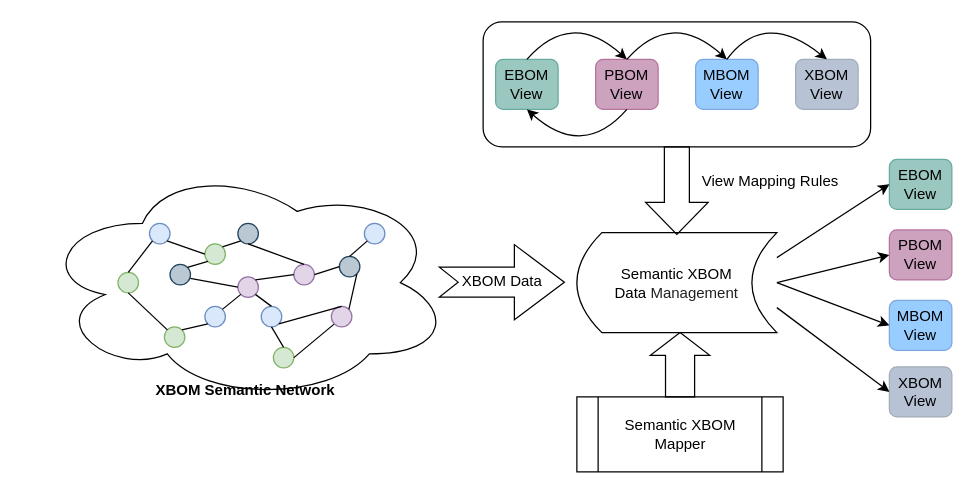
Earlier version of the draw.io diagram page "Page-3" (3 of 4) of BOM/多视图BOM管理模型.drawio (littlelittlemoon/DiagramsRepository). Source tidied: cells renumbered, new cells numbered last; positions are measured from the earlier drawing's top-left corner, leaving out a move shared by most shapes. Both pictures are drawn from the tidied source at 125%, with x=0, y=0 at pixel (39, 9).
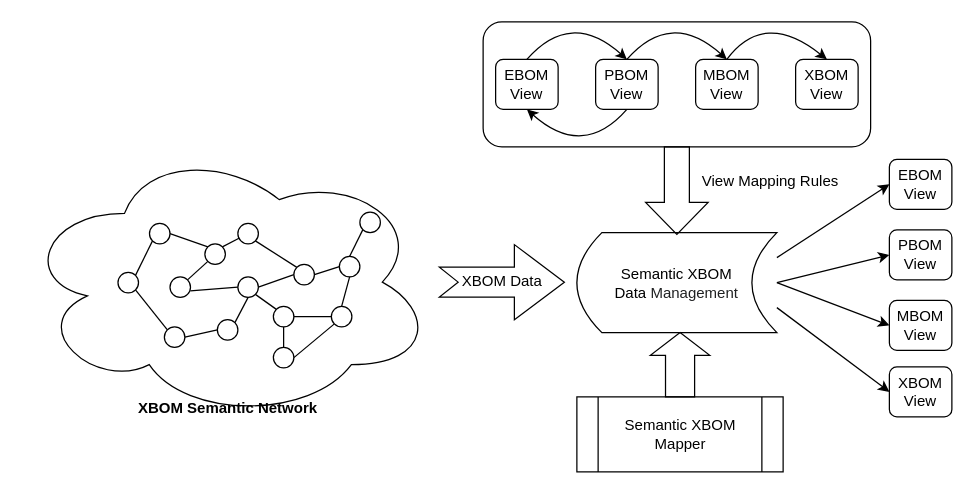
After the change.

Diff of the diagram source:
```diff
@@
     <mxCell id="2" value="XBOM Semantic Network" style="ellipse;shape=cloud;whiteSpace=wrap;html=1;fontSize=12;strokeColor=#000000;fillColor=none;verticalAlign=bottom;fontStyle=1;" parent="1" vertex="1">
-      <mxGeometry y="123.6" width="330" height="190" as="geometry" />
+      <mxGeometry x="-14.4" y="108.2" width="330" height="220" as="geometry" />
     </mxCell>
-    <mxCell id="3" style="ellipse;whiteSpace=wrap;html=1;fillColor=#d5e8d4;strokeColor=#82b366;" parent="1" vertex="1">
+    <mxCell id="3" style="ellipse;whiteSpace=wrap;html=1;fillColor=default;strokeColor=#000000;" parent="1" vertex="1">
       <mxGeometry x="62.9" y="210.4" width="16.4" height="16.4" as="geometry" />
     </mxCell>
-    <mxCell id="4" style="ellipse;whiteSpace=wrap;html=1;fillColor=#dae8fc;strokeColor=#6c8ebf;" parent="1" vertex="1">
+    <mxCell id="4" style="ellipse;whiteSpace=wrap;html=1;fillColor=default;strokeColor=#000000;" parent="1" vertex="1">
       <mxGeometry x="88.1" y="171.2" width="16.4" height="16.4" as="geometry" />
     </mxCell>
-    <mxCell id="5" style="ellipse;whiteSpace=wrap;html=1;fillColor=#d5e8d4;strokeColor=#82b366;" parent="1" vertex="1">
+    <mxCell id="5" style="ellipse;whiteSpace=wrap;html=1;fillColor=default;strokeColor=#000000;" parent="1" vertex="1">
       <mxGeometry x="132.4" y="187.6" width="16.4" height="16.4" as="geometry" />
     </mxCell>
-    <mxCell id="6" style="ellipse;whiteSpace=wrap;html=1;fillColor=#bac8d3;strokeColor=#23445d;" parent="1" vertex="1">
-      <mxGeometry x="104.5" y="204" width="16.4" height="16.4" as="geometry" />
+    <mxCell id="6" style="ellipse;whiteSpace=wrap;html=1;fillColor=default;strokeColor=#000000;" parent="1" vertex="1">
+      <mxGeometry x="104.5" y="214" width="16.4" height="16.4" as="geometry" />
     </mxCell>
-    <mxCell id="7" style="ellipse;whiteSpace=wrap;html=1;fillColor=#d5e8d4;strokeColor=#82b366;" parent="1" vertex="1">
+    <mxCell id="7" style="ellipse;whiteSpace=wrap;html=1;fillColor=default;strokeColor=#000000;" parent="1" vertex="1">
       <mxGeometry x="100" y="254" width="16.4" height="16.4" as="geometry" />
     </mxCell>
-    <mxCell id="8" style="endArrow=none;html=1;rounded=0;entryX=0;entryY=1;entryDx=0;entryDy=0;exitX=0.5;exitY=0;exitDx=0;exitDy=0;" parent="1" edge="1" source="3" target="4">
+    <mxCell id="8" style="endArrow=none;html=1;rounded=0;entryX=0;entryY=1;entryDx=0;entryDy=0;exitX=1;exitY=0;exitDx=0;exitDy=0;" parent="1" edge="1" source="3" target="4">
       <mxGeometry relative="1" as="geometry" />
     </mxCell>
-    <mxCell id="9" style="endArrow=none;html=1;rounded=0;exitX=0;exitY=0.5;exitDx=0;exitDy=0;entryX=1;entryY=1;entryDx=0;entryDy=0;" parent="1" edge="1" source="5" target="4">
+    <mxCell id="9" style="endArrow=none;html=1;rounded=0;exitX=0;exitY=0;exitDx=0;exitDy=0;entryX=1;entryY=0.5;entryDx=0;entryDy=0;" parent="1" edge="1" source="5" target="4">
       <mxGeometry relative="1" as="geometry" />
     </mxCell>
-    <mxCell id="10" style="endArrow=none;html=1;rounded=0;entryX=0.5;entryY=1;entryDx=0;entryDy=0;exitX=0;exitY=0;exitDx=0;exitDy=0;" parent="1" edge="1" source="7" target="3">
+    <mxCell id="10" style="endArrow=none;html=1;rounded=0;entryX=1;entryY=1;entryDx=0;entryDy=0;exitX=0;exitY=0;exitDx=0;exitDy=0;" parent="1" edge="1" source="7" target="3">
       <mxGeometry relative="1" as="geometry" />
     </mxCell>
@@
-    <mxCell id="12" style="ellipse;whiteSpace=wrap;html=1;fillColor=#e1d5e7;strokeColor=#9673a6;" parent="1" vertex="1">
+    <mxCell id="12" style="ellipse;whiteSpace=wrap;html=1;fillColor=default;strokeColor=#000000;" parent="1" vertex="1">
       <mxGeometry x="158.8" y="214" width="16.4" height="16.4" as="geometry" />
     </mxCell>
-    <mxCell id="13" style="ellipse;whiteSpace=wrap;html=1;fillColor=#dae8fc;strokeColor=#6c8ebf;" parent="1" vertex="1">
-      <mxGeometry x="177.5" y="237.6" width="16.4" height="16.4" as="geometry" />
+    <mxCell id="13" style="ellipse;whiteSpace=wrap;html=1;fillColor=default;strokeColor=#000000;" parent="1" vertex="1">
+      <mxGeometry x="187.2" y="237.6" width="16.4" height="16.4" as="geometry" />
     </mxCell>
-    <mxCell id="14" style="ellipse;whiteSpace=wrap;html=1;fillColor=#d5e8d4;strokeColor=#82b366;" parent="1" vertex="1">
+    <mxCell id="14" style="ellipse;whiteSpace=wrap;html=1;fillColor=default;strokeColor=#000000;" parent="1" vertex="1">
       <mxGeometry x="187.2" y="270.4" width="16.4" height="16.4" as="geometry" />
     </mxCell>
-    <mxCell id="15" style="ellipse;whiteSpace=wrap;html=1;fillColor=#dae8fc;strokeColor=#6c8ebf;" parent="1" vertex="1">
-      <mxGeometry x="132.4" y="237.6" width="16.4" height="16.4" as="geometry" />
+    <mxCell id="15" style="ellipse;whiteSpace=wrap;html=1;fillColor=default;strokeColor=#000000;" parent="1" vertex="1">
+      <mxGeometry x="142.4" y="248.2" width="16.4" height="16.4" as="geometry" />
     </mxCell>
-    <mxCell id="16" style="endArrow=none;html=1;rounded=0;entryX=0.5;entryY=0;entryDx=0;entryDy=0;exitX=1;exitY=1;exitDx=0;exitDy=0;" parent="1" edge="1" source="12" target="13">
+    <mxCell id="16" style="endArrow=none;html=1;rounded=0;entryX=0;entryY=0;entryDx=0;entryDy=0;exitX=1;exitY=1;exitDx=0;exitDy=0;" parent="1" edge="1" source="12" target="13">
       <mxGeometry relative="1" as="geometry" />
     </mxCell>
@@
-    <mxCell id="18" style="endArrow=none;html=1;rounded=0;entryX=0;entryY=1;entryDx=0;entryDy=0;exitX=1;exitY=0;exitDx=0;exitDy=0;" parent="1" edge="1" source="15" target="12">
+    <mxCell id="18" style="endArrow=none;html=1;rounded=0;entryX=0.5;entryY=1;entryDx=0;entryDy=0;exitX=1;exitY=0;exitDx=0;exitDy=0;" parent="1" edge="1" source="15" target="12">
       <mxGeometry relative="1" as="geometry" />
     </mxCell>
@@
-    <mxCell id="20" style="endArrow=none;html=1;rounded=0;entryX=0;entryY=1;entryDx=0;entryDy=0;exitX=1;exitY=0;exitDx=0;exitDy=0;" parent="1" edge="1" source="7" target="15">
+    <mxCell id="20" style="endArrow=none;html=1;rounded=0;entryX=0;entryY=0.5;entryDx=0;entryDy=0;exitX=1;exitY=0.5;exitDx=0;exitDy=0;" parent="1" edge="1" source="7" target="15">
       <mxGeometry relative="1" as="geometry" />
     </mxCell>
-    <mxCell id="21" style="ellipse;whiteSpace=wrap;html=1;fillColor=#bac8d3;strokeColor=#23445d;" parent="1" vertex="1">
+    <mxCell id="21" style="ellipse;whiteSpace=wrap;html=1;fillColor=default;strokeColor=#000000;" parent="1" vertex="1">
       <mxGeometry x="240" y="197.6" width="16.4" height="16.4" as="geometry" />
     </mxCell>
-    <mxCell id="22" style="ellipse;whiteSpace=wrap;html=1;fillColor=#dae8fc;strokeColor=#6c8ebf;" parent="1" vertex="1">
-      <mxGeometry x="260" y="171.2" width="16.4" height="16.4" as="geometry" />
+    <mxCell id="22" style="ellipse;whiteSpace=wrap;html=1;fillColor=default;strokeColor=#000000;" parent="1" vertex="1">
+      <mxGeometry x="256.4" y="162.2" width="16.4" height="16.4" as="geometry" />
     </mxCell>
-    <mxCell id="23" style="ellipse;whiteSpace=wrap;html=1;fillColor=#e1d5e7;strokeColor=#9673a6;" parent="1" vertex="1">
+    <mxCell id="23" style="ellipse;whiteSpace=wrap;html=1;fillColor=default;strokeColor=#000000;" parent="1" vertex="1">
       <mxGeometry x="203.6" y="204" width="16.4" height="16.4" as="geometry" />
     </mxCell>
@@
-    <mxCell id="26" style="ellipse;whiteSpace=wrap;html=1;fillColor=#e1d5e7;strokeColor=#9673a6;" parent="1" vertex="1">
+    <mxCell id="26" style="ellipse;whiteSpace=wrap;html=1;fillColor=default;strokeColor=#000000;" parent="1" vertex="1">
       <mxGeometry x="233.6" y="237.6" width="16.4" height="16.4" as="geometry" />
     </mxCell>
-    <mxCell id="27" style="endArrow=none;html=1;rounded=0;exitX=1;exitY=0;exitDx=0;exitDy=0;entryX=1;entryY=1;entryDx=0;entryDy=0;" parent="1" edge="1" source="26" target="21">
+    <mxCell id="27" style="endArrow=none;html=1;rounded=0;exitX=0.5;exitY=0;exitDx=0;exitDy=0;entryX=0.5;entryY=1;entryDx=0;entryDy=0;" parent="1" edge="1" source="26" target="21">
       <mxGeometry relative="1" as="geometry" />
     </mxCell>
-    <mxCell id="28" style="endArrow=none;html=1;rounded=0;exitX=0.5;exitY=0;exitDx=0;exitDy=0;entryX=1;entryY=1;entryDx=0;entryDy=0;" parent="1" edge="1" source="26" target="13">
+    <mxCell id="28" style="endArrow=none;html=1;rounded=0;exitX=0;exitY=0.5;exitDx=0;exitDy=0;entryX=1;entryY=0.5;entryDx=0;entryDy=0;" parent="1" edge="1" source="26" target="13">
       <mxGeometry relative="1" as="geometry" />
     </mxCell>
-    <mxCell id="29" style="ellipse;whiteSpace=wrap;html=1;fillColor=#bac8d3;strokeColor=#23445d;" parent="1" vertex="1">
+    <mxCell id="29" style="ellipse;whiteSpace=wrap;html=1;fillColor=default;strokeColor=#000000;" parent="1" vertex="1">
       <mxGeometry x="158.8" y="171.2" width="16.4" height="16.4" as="geometry" />
     </mxCell>
-    <mxCell id="30" style="endArrow=none;html=1;rounded=0;entryX=1;entryY=0;entryDx=0;entryDy=0;exitX=0;exitY=1;exitDx=0;exitDy=0;" parent="1" edge="1" source="29" target="5">
+    <mxCell id="30" style="endArrow=none;html=1;rounded=0;entryX=1;entryY=0;entryDx=0;entryDy=0;exitX=0.076;exitY=0.713;exitDx=0;exitDy=0;exitPerimeter=0;" parent="1" edge="1" source="29" target="5">
       <mxGeometry relative="1" as="geometry" />
     </mxCell>
-    <mxCell id="31" style="endArrow=none;html=1;rounded=0;entryX=0;entryY=0.5;entryDx=0;entryDy=0;exitX=1;exitY=0;exitDx=0;exitDy=0;" parent="1" edge="1" source="12" target="23">
+    <mxCell id="31" style="endArrow=none;html=1;rounded=0;entryX=0;entryY=0.5;entryDx=0;entryDy=0;exitX=1;exitY=0.5;exitDx=0;exitDy=0;" parent="1" edge="1" source="12" target="23">
       <mxGeometry relative="1" as="geometry" />
     </mxCell>
@@
-    <mxCell id="33" style="endArrow=none;html=1;rounded=0;entryX=0.5;entryY=1;entryDx=0;entryDy=0;exitX=0.5;exitY=0;exitDx=0;exitDy=0;" parent="1" edge="1" source="23" target="29">
+    <mxCell id="33" style="endArrow=none;html=1;rounded=0;entryX=1;entryY=1;entryDx=0;entryDy=0;exitX=0;exitY=0;exitDx=0;exitDy=0;" parent="1" edge="1" source="23" target="29">
       <mxGeometry relative="1" as="geometry" />
     </mxCell>
@@
-    <mxCell id="37" value="EBOM&lt;br&gt;View" style="rounded=1;whiteSpace=wrap;html=1;strokeColor=#67AB9F;fillColor=#9AC7BF;fontSize=12;" parent="1" vertex="1">
+    <mxCell id="37" value="EBOM&lt;br&gt;View" style="rounded=1;whiteSpace=wrap;html=1;strokeColor=#000000;fillColor=none;fontSize=12;" parent="1" vertex="1">
       <mxGeometry x="365" y="40" width="50" height="40" as="geometry" />
     </mxCell>
-    <mxCell id="38" value="PBOM&lt;br&gt;View" style="rounded=1;whiteSpace=wrap;html=1;strokeColor=#B5739D;fillColor=#CDA2BE;fontSize=12;" parent="1" vertex="1">
+    <mxCell id="38" value="PBOM&lt;br&gt;View" style="rounded=1;whiteSpace=wrap;html=1;strokeColor=#000000;fillColor=none;fontSize=12;" parent="1" vertex="1">
       <mxGeometry x="445" y="40" width="50" height="40" as="geometry" />
     </mxCell>
-    <mxCell id="39" value="MBOM&lt;br&gt;View" style="rounded=1;whiteSpace=wrap;html=1;strokeColor=#7EA6E0;fillColor=#99CCFF;fontSize=12;" parent="1" vertex="1">
+    <mxCell id="39" value="MBOM&lt;br&gt;View" style="rounded=1;whiteSpace=wrap;html=1;strokeColor=#000000;fillColor=none;fontSize=12;" parent="1" vertex="1">
       <mxGeometry x="525" y="40" width="50" height="40" as="geometry" />
     </mxCell>
-    <mxCell id="40" value="XBOM&lt;br&gt;View" style="rounded=1;whiteSpace=wrap;html=1;strokeColor=#A1ACBA;fillColor=#B7C2D4;fontSize=12;" parent="1" vertex="1">
+    <mxCell id="40" value="XBOM&lt;br&gt;View" style="rounded=1;whiteSpace=wrap;html=1;strokeColor=#000000;fillColor=none;fontSize=12;" parent="1" vertex="1">
       <mxGeometry x="605" y="40" width="50" height="40" as="geometry" />
     </mxCell>
@@
-    <mxCell id="49" value="EBOM&lt;br&gt;View" style="rounded=1;whiteSpace=wrap;html=1;strokeColor=#67AB9F;fillColor=#9AC7BF;fontSize=12;" parent="1" vertex="1">
+    <mxCell id="49" value="EBOM&lt;br&gt;View" style="rounded=1;whiteSpace=wrap;html=1;strokeColor=#000000;fillColor=none;fontSize=12;" parent="1" vertex="1">
       <mxGeometry x="680" y="120" width="50" height="40" as="geometry" />
     </mxCell>
-    <mxCell id="50" value="PBOM&lt;br&gt;View" style="rounded=1;whiteSpace=wrap;html=1;strokeColor=#B5739D;fillColor=#CDA2BE;fontSize=12;" parent="1" vertex="1">
+    <mxCell id="50" value="PBOM&lt;br&gt;View" style="rounded=1;whiteSpace=wrap;html=1;strokeColor=#000000;fillColor=none;fontSize=12;" parent="1" vertex="1">
       <mxGeometry x="680" y="176.4" width="50" height="40" as="geometry" />
     </mxCell>
-    <mxCell id="51" value="MBOM&lt;br&gt;View" style="rounded=1;whiteSpace=wrap;html=1;strokeColor=#7EA6E0;fillColor=#99CCFF;fontSize=12;" parent="1" vertex="1">
+    <mxCell id="51" value="MBOM&lt;br&gt;View" style="rounded=1;whiteSpace=wrap;html=1;strokeColor=#000000;fillColor=none;fontSize=12;" parent="1" vertex="1">
       <mxGeometry x="680" y="232.8" width="50" height="40" as="geometry" />
     </mxCell>
-    <mxCell id="52" value="XBOM&lt;br&gt;View" style="rounded=1;whiteSpace=wrap;html=1;strokeColor=#A1ACBA;fillColor=#B7C2D4;fontSize=12;" parent="1" vertex="1">
+    <mxCell id="52" value="XBOM&lt;br&gt;View" style="rounded=1;whiteSpace=wrap;html=1;strokeColor=#000000;fillColor=none;fontSize=12;" parent="1" vertex="1">
       <mxGeometry x="680" y="286" width="50" height="40" as="geometry" />
     </mxCell>
```
